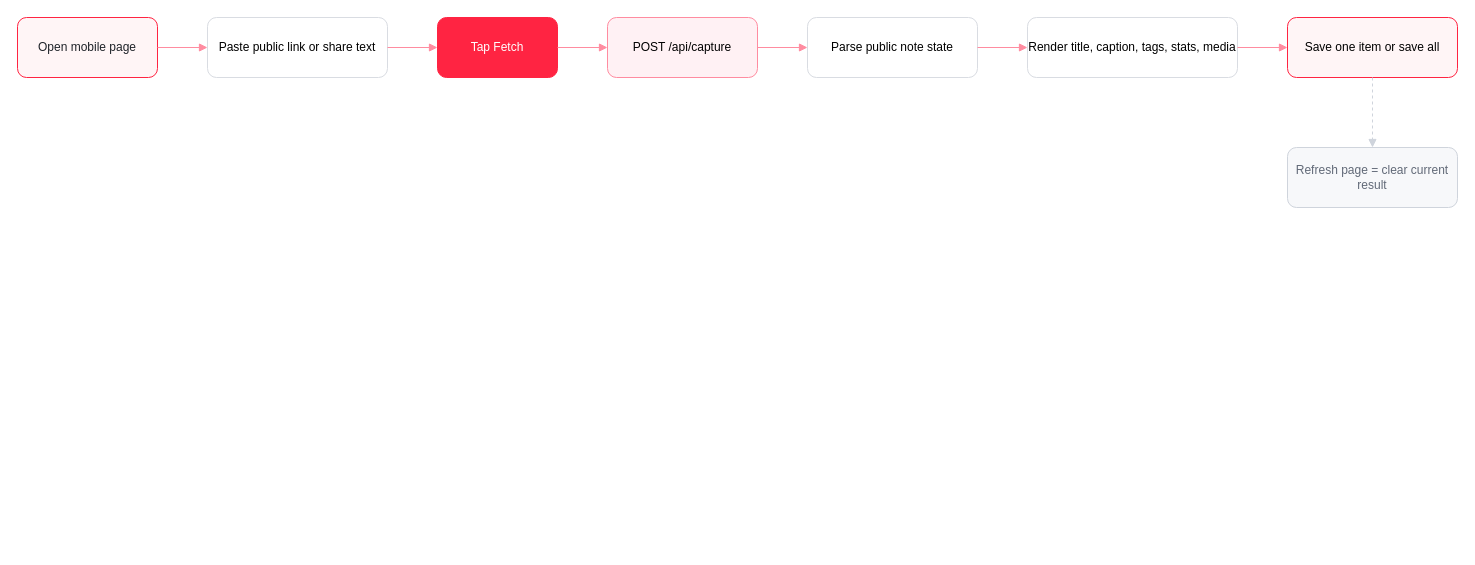
This is docs/diagrams/user-flow.drawio from hanco1/LightweightRedNoteScraper, a draw.io file, before an edit. Source tidied: cells renumbered, new cells numbered last; positions are measured from the earlier drawing's top-left corner, leaving out a move shared by most shapes. Both pictures are drawn from the tidied source at 100%, with x=0, y=0 at pixel (17, 17).
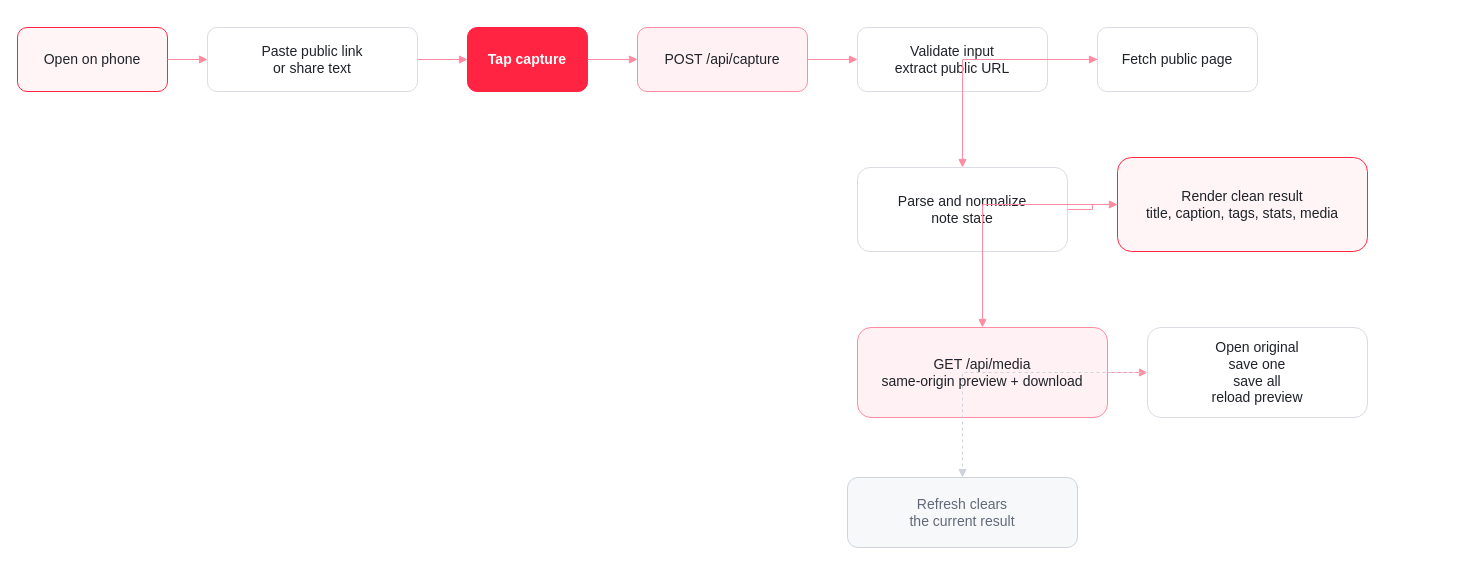
Above is the later version.

Commit message (it also covers changes not shown here):
Polish README and add mobile docs assets

Diff of the diagram source:
```diff
@@
-    <mxCell id="2" value="Open mobile page" style="rounded=1;whiteSpace=wrap;html=1;fillColor=#fff5f6;strokeColor=#ff2442;fontColor=#1f2329;" parent="1" vertex="1">
-      <mxGeometry width="140" height="60" as="geometry" />
+    <mxCell id="2" value="Open on phone" style="rounded=1;whiteSpace=wrap;html=1;align=center;verticalAlign=middle;spacing=10;fillColor=#fff5f6;strokeColor=#ff2442;fontColor=#1f2329;fontSize=14;" parent="1" vertex="1">
+      <mxGeometry y="10" width="150" height="64" as="geometry" />
     </mxCell>
-    <mxCell id="3" value="Paste public link or share text" style="rounded=1;whiteSpace=wrap;html=1;fillColor=#ffffff;strokeColor=#d9dce2;" parent="1" vertex="1">
-      <mxGeometry x="190" width="180" height="60" as="geometry" />
+    <mxCell id="3" value="Paste public link&#10;or share text" style="rounded=1;whiteSpace=wrap;html=1;align=center;verticalAlign=middle;spacing=10;fillColor=#ffffff;strokeColor=#d9dce2;fontColor=#1f2329;fontSize=14;" parent="1" vertex="1">
+      <mxGeometry x="190" y="10" width="210" height="64" as="geometry" />
     </mxCell>
-    <mxCell id="4" value="Tap Fetch" style="rounded=1;whiteSpace=wrap;html=1;fillColor=#ff2442;strokeColor=#ff2442;fontColor=#ffffff;" parent="1" vertex="1">
-      <mxGeometry x="420" width="120" height="60" as="geometry" />
+    <mxCell id="4" value="Tap capture" style="rounded=1;whiteSpace=wrap;html=1;align=center;verticalAlign=middle;spacing=10;fillColor=#ff2442;strokeColor=#ff2442;fontColor=#ffffff;fontSize=14;fontStyle=1;" parent="1" vertex="1">
+      <mxGeometry x="450" y="10" width="120" height="64" as="geometry" />
     </mxCell>
-    <mxCell id="5" value="POST /api/capture" style="rounded=1;whiteSpace=wrap;html=1;fillColor=#fff1f4;strokeColor=#ff8ca0;" parent="1" vertex="1">
-      <mxGeometry x="590" width="150" height="60" as="geometry" />
+    <mxCell id="5" value="POST /api/capture" style="rounded=1;whiteSpace=wrap;html=1;align=center;verticalAlign=middle;spacing=10;fillColor=#fff1f4;strokeColor=#ff8ca0;fontColor=#1f2329;fontSize=14;" parent="1" vertex="1">
+      <mxGeometry x="620" y="10" width="170" height="64" as="geometry" />
     </mxCell>
-    <mxCell id="6" value="Parse public note state" style="rounded=1;whiteSpace=wrap;html=1;fillColor=#ffffff;strokeColor=#d9dce2;" parent="1" vertex="1">
-      <mxGeometry x="790" width="170" height="60" as="geometry" />
+    <mxCell id="6" value="Validate input&#10;extract public URL" style="rounded=1;whiteSpace=wrap;html=1;align=center;verticalAlign=middle;spacing=10;fillColor=#ffffff;strokeColor=#d9dce2;fontColor=#1f2329;fontSize=14;" parent="1" vertex="1">
+      <mxGeometry x="840" y="10" width="190" height="64" as="geometry" />
     </mxCell>
-    <mxCell id="7" value="Render title, caption, tags, stats, media" style="rounded=1;whiteSpace=wrap;html=1;fillColor=#ffffff;strokeColor=#d9dce2;" parent="1" vertex="1">
-      <mxGeometry x="1010" width="210" height="60" as="geometry" />
+    <mxCell id="7" value="Fetch public page" style="rounded=1;whiteSpace=wrap;html=1;align=center;verticalAlign=middle;spacing=10;fillColor=#ffffff;strokeColor=#d9dce2;fontColor=#1f2329;fontSize=14;" parent="1" vertex="1">
+      <mxGeometry x="1080" y="10" width="160" height="64" as="geometry" />
     </mxCell>
-    <mxCell id="8" value="Save one item or save all" style="rounded=1;whiteSpace=wrap;html=1;fillColor=#fff5f6;strokeColor=#ff2442;" parent="1" vertex="1">
-      <mxGeometry x="1270" width="170" height="60" as="geometry" />
+    <mxCell id="8" value="Parse and normalize&#10;note state" style="rounded=1;whiteSpace=wrap;html=1;align=center;verticalAlign=middle;spacing=10;fillColor=#ffffff;strokeColor=#d9dce2;fontColor=#1f2329;fontSize=14;" parent="1" vertex="1">
+      <mxGeometry x="840" y="150" width="210" height="84" as="geometry" />
     </mxCell>
-    <mxCell id="9" value="Refresh page = clear current result" style="rounded=1;whiteSpace=wrap;html=1;fillColor=#f7f8fa;strokeColor=#cfd4dc;fontColor=#616977;" parent="1" vertex="1">
-      <mxGeometry x="1270" y="130" width="170" height="60" as="geometry" />
+    <mxCell id="9" value="Render clean result&#10;title, caption, tags, stats, media" style="rounded=1;whiteSpace=wrap;html=1;align=center;verticalAlign=middle;spacing=10;fillColor=#fff5f6;strokeColor=#ff2442;fontColor=#1f2329;fontSize=14;" parent="1" vertex="1">
+      <mxGeometry x="1100" y="140" width="250" height="94" as="geometry" />
     </mxCell>
-    <mxCell id="10" style="endArrow=block;rounded=0;strokeColor=#ff8ca0;" parent="1" edge="1" source="2" target="3">
-      <mxGeometry relative="1" as="geometry" />
+    <mxCell id="10" value="GET /api/media&#10;same-origin preview + download" style="rounded=1;whiteSpace=wrap;html=1;align=center;verticalAlign=middle;spacing=10;fillColor=#fff1f4;strokeColor=#ff8ca0;fontColor=#1f2329;fontSize=14;" parent="1" vertex="1">
+      <mxGeometry x="840" y="310" width="250" height="90" as="geometry" />
     </mxCell>
-    <mxCell id="11" style="endArrow=block;rounded=0;strokeColor=#ff8ca0;" parent="1" edge="1" source="3" target="4">
-      <mxGeometry relative="1" as="geometry" />
+    <mxCell id="11" value="Open original&#10;save one&#10;save all&#10;reload preview" style="rounded=1;whiteSpace=wrap;html=1;align=center;verticalAlign=middle;spacing=10;fillColor=#ffffff;strokeColor=#d9dce2;fontColor=#1f2329;fontSize=14;" parent="1" vertex="1">
+      <mxGeometry x="1130" y="310" width="220" height="90" as="geometry" />
     </mxCell>
-    <mxCell id="12" style="endArrow=block;rounded=0;strokeColor=#ff8ca0;" parent="1" edge="1" source="4" target="5">
-      <mxGeometry relative="1" as="geometry" />
+    <mxCell id="12" value="Refresh clears&#10;the current result" style="rounded=1;whiteSpace=wrap;html=1;align=center;verticalAlign=middle;spacing=10;fillColor=#f7f8fa;strokeColor=#cfd4dc;fontColor=#616977;fontSize=14;" parent="1" vertex="1">
+      <mxGeometry x="830" y="460" width="230" height="70" as="geometry" />
     </mxCell>
+    <mxCell id="17" style="endArrow=block;rounded=0;strokeColor=#ff8ca0;edgeStyle=orthogonalEdgeStyle;" parent="1" edge="1" source="2" target="3">
+      <mxGeometry relative="1" as="geometry" />
+    </mxCell>
+    <mxCell id="18" style="endArrow=block;rounded=0;strokeColor=#ff8ca0;edgeStyle=orthogonalEdgeStyle;" parent="1" edge="1" source="3" target="4">
+      <mxGeometry relative="1" as="geometry" />
+    </mxCell>
+    <mxCell id="19" style="endArrow=block;rounded=0;strokeColor=#ff8ca0;edgeStyle=orthogonalEdgeStyle;" parent="1" edge="1" source="4" target="5">
+      <mxGeometry relative="1" as="geometry" />
+    </mxCell>
-    <mxCell id="13" style="endArrow=block;rounded=0;strokeColor=#ff8ca0;" parent="1" edge="1" source="5" target="6">
+    <mxCell id="13" style="endArrow=block;rounded=0;strokeColor=#ff8ca0;edgeStyle=orthogonalEdgeStyle;" parent="1" edge="1" source="5" target="6">
       <mxGeometry relative="1" as="geometry" />
     </mxCell>
-    <mxCell id="14" style="endArrow=block;rounded=0;strokeColor=#ff8ca0;" parent="1" edge="1" source="6" target="7">
+    <mxCell id="14" style="endArrow=block;rounded=0;strokeColor=#ff8ca0;edgeStyle=orthogonalEdgeStyle;" parent="1" edge="1" source="6" target="7">
       <mxGeometry relative="1" as="geometry" />
     </mxCell>
-    <mxCell id="15" style="endArrow=block;rounded=0;strokeColor=#ff8ca0;" parent="1" edge="1" source="7" target="8">
+    <mxCell id="15" style="endArrow=block;rounded=0;strokeColor=#ff8ca0;edgeStyle=orthogonalEdgeStyle;" parent="1" edge="1" source="7" target="8">
       <mxGeometry relative="1" as="geometry" />
     </mxCell>
-    <mxCell id="16" style="endArrow=block;rounded=0;strokeColor=#cfd4dc;dashed=1;" parent="1" edge="1" source="8" target="9">
+    <mxCell id="16" style="endArrow=block;rounded=0;strokeColor=#ff8ca0;edgeStyle=orthogonalEdgeStyle;" parent="1" edge="1" source="8" target="9">
       <mxGeometry relative="1" as="geometry" />
     </mxCell>
+    <mxCell id="20" style="endArrow=block;rounded=0;strokeColor=#ff8ca0;edgeStyle=orthogonalEdgeStyle;" parent="1" edge="1" source="9" target="10">
+      <mxGeometry relative="1" as="geometry" />
+    </mxCell>
+    <mxCell id="21" style="endArrow=block;rounded=0;strokeColor=#ff8ca0;edgeStyle=orthogonalEdgeStyle;" parent="1" edge="1" source="10" target="11">
+      <mxGeometry relative="1" as="geometry" />
+    </mxCell>
+    <mxCell id="22" style="endArrow=block;rounded=0;dashed=1;strokeColor=#cfd4dc;edgeStyle=orthogonalEdgeStyle;" parent="1" edge="1" source="11" target="12">
+      <mxGeometry relative="1" as="geometry" />
+    </mxCell>
```
